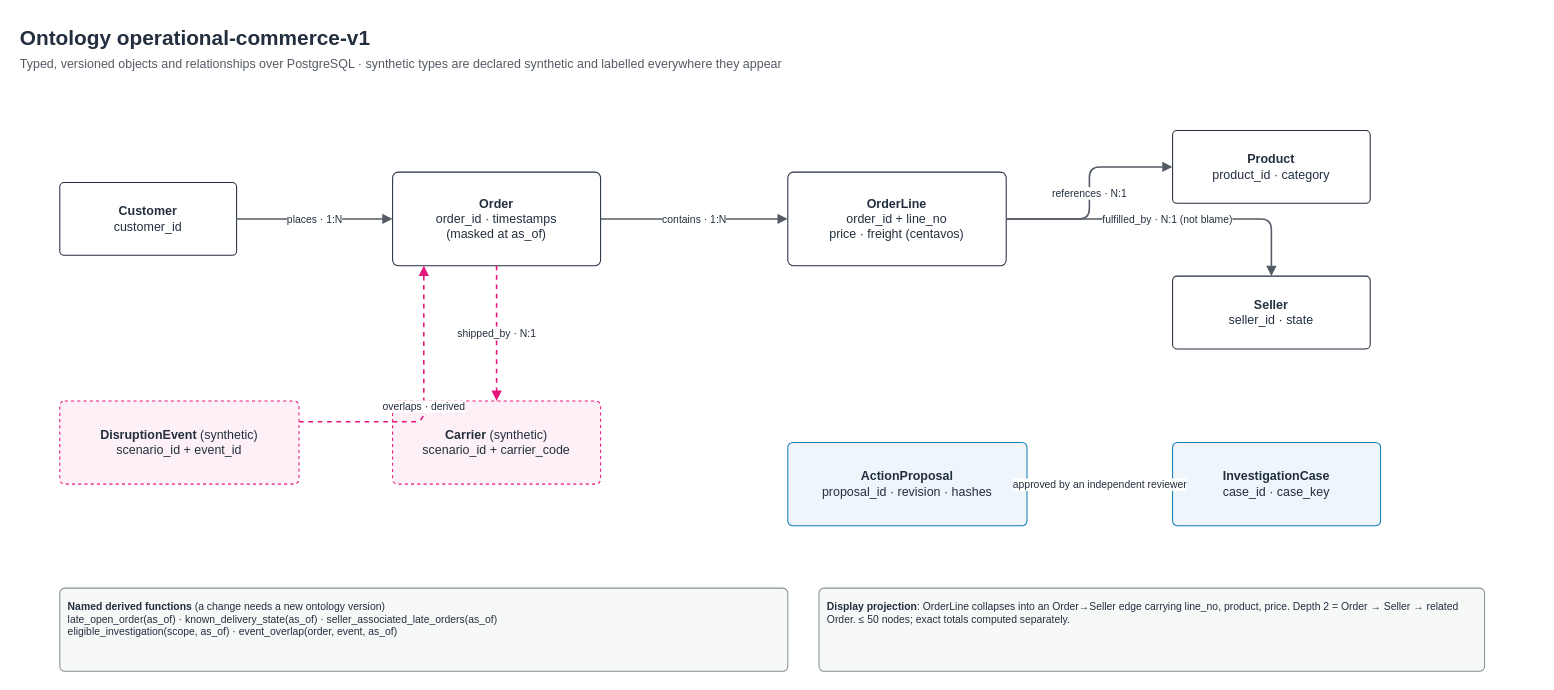
Above: docs/diagrams/ontology.drawio in abh2050/ontology-ops (draw.io), before the change. Source tidied: cells renumbered, new cells numbered last; positions are measured from the earlier drawing's top-left corner, leaving out a move shared by most shapes. Both pictures are drawn from the tidied source at 104%, with x=0, y=0 at pixel (18, 18).
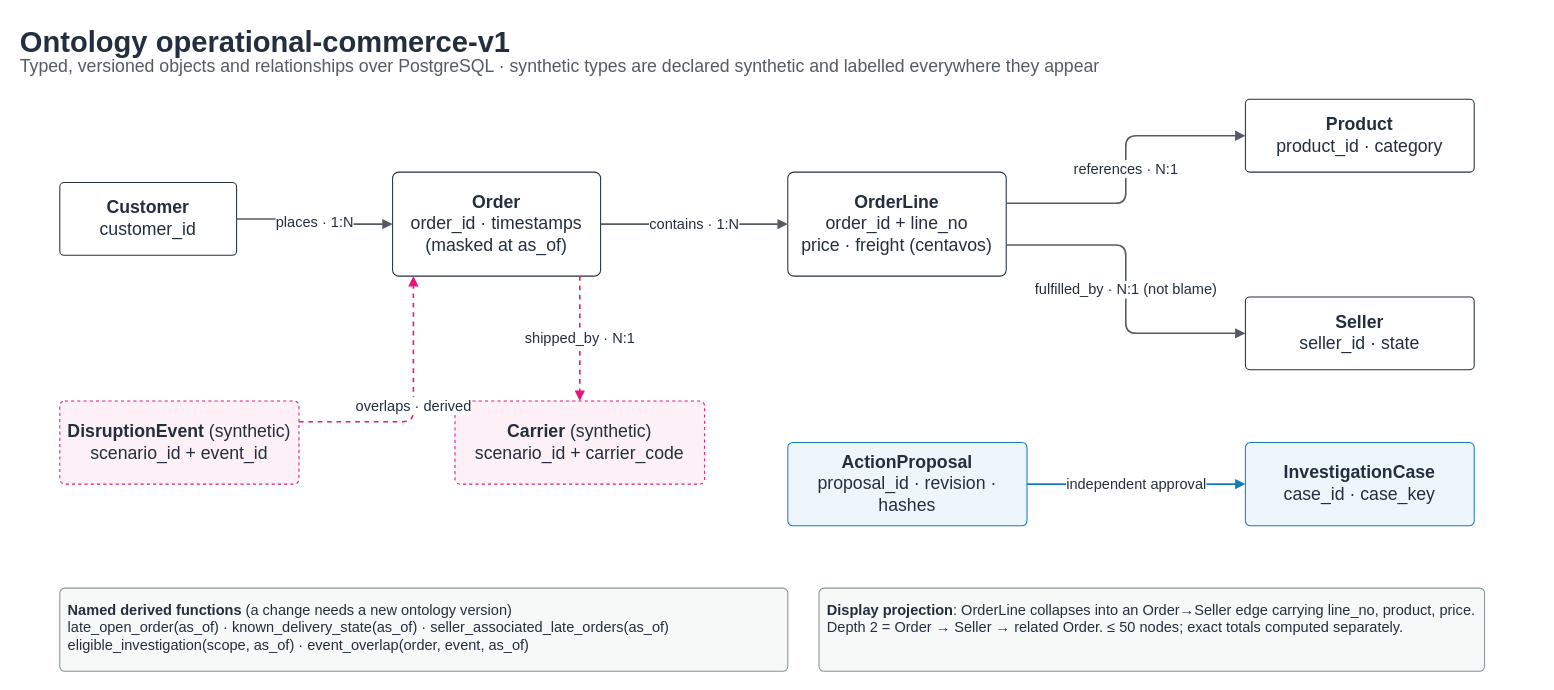
The same page after the edit.

What changed in the source:
```diff
@@
-    <mxCell id="2" value="&lt;b&gt;Ontology operational-commerce-v1&lt;/b&gt;" style="text;html=1;align=left;verticalAlign=top;whiteSpace=wrap;fontSize=20;fontColor=#232F3E;fontStyle=0;" parent="1" vertex="1">
+    <mxCell id="2" value="&lt;b&gt;Ontology operational-commerce-v1&lt;/b&gt;" style="text;html=1;align=left;verticalAlign=top;whiteSpace=wrap;fontSize=28;fontColor=#232F3E;fontStyle=0;" parent="1" vertex="1">
       <mxGeometry width="1460" height="30" as="geometry" />
     </mxCell>
-    <mxCell id="3" value="Typed, versioned objects and relationships over PostgreSQL · synthetic types are declared synthetic and labelled everywhere they appear" style="text;html=1;align=left;verticalAlign=top;whiteSpace=wrap;fontSize=12;fontColor=#545B64;fontStyle=0;" parent="1" vertex="1">
+    <mxCell id="3" value="Typed, versioned objects and relationships over PostgreSQL · synthetic types are declared synthetic and labelled everywhere they appear" style="text;html=1;align=left;verticalAlign=top;whiteSpace=wrap;fontSize=17;fontColor=#545B64;fontStyle=0;" parent="1" vertex="1">
       <mxGeometry y="30" width="1460" height="22" as="geometry" />
     </mxCell>
-    <mxCell id="4" value="&lt;b&gt;Customer&lt;/b&gt;&lt;br&gt;customer_id" style="rounded=1;arcSize=6;whiteSpace=wrap;html=1;strokeColor=#232F3E;fillColor=#FFFFFF;fontColor=#232F3E;dashed=0;fontSize=12;align=center;verticalAlign=middle;spacing=8;fontStyle=0;" parent="1" vertex="1">
+    <mxCell id="4" value="&lt;b&gt;Customer&lt;/b&gt;&lt;br&gt;customer_id" style="rounded=1;arcSize=6;whiteSpace=wrap;html=1;strokeColor=#232F3E;fillColor=#FFFFFF;fontColor=#232F3E;dashed=0;fontSize=17;align=center;verticalAlign=middle;spacing=8;fontStyle=0;" parent="1" vertex="1">
       <mxGeometry x="40" y="158" width="170" height="70" as="geometry" />
     </mxCell>
-    <mxCell id="5" value="&lt;b&gt;Order&lt;/b&gt;&lt;br&gt;order_id · timestamps&lt;br&gt;(masked at as_of)" style="rounded=1;arcSize=6;whiteSpace=wrap;html=1;strokeColor=#232F3E;fillColor=#FFFFFF;fontColor=#232F3E;dashed=0;fontSize=12;align=center;verticalAlign=middle;spacing=8;fontStyle=0;" parent="1" vertex="1">
-      <mxGeometry x="360" y="148" width="200" height="90" as="geometry" />
+    <mxCell id="5" value="&lt;b&gt;Order&lt;/b&gt;&lt;br&gt;order_id · timestamps&lt;br&gt;(masked at as_of)" style="rounded=1;arcSize=6;whiteSpace=wrap;html=1;strokeColor=#232F3E;fillColor=#FFFFFF;fontColor=#232F3E;dashed=0;fontSize=17;align=center;verticalAlign=middle;spacing=8;fontStyle=0;" parent="1" vertex="1">
+      <mxGeometry x="360" y="148" width="200" height="100" as="geometry" />
     </mxCell>
-    <mxCell id="6" value="&lt;b&gt;OrderLine&lt;/b&gt;&lt;br&gt;order_id + line_no&lt;br&gt;price · freight (centavos)" style="rounded=1;arcSize=6;whiteSpace=wrap;html=1;strokeColor=#232F3E;fillColor=#FFFFFF;fontColor=#232F3E;dashed=0;fontSize=12;align=center;verticalAlign=middle;spacing=8;fontStyle=0;" parent="1" vertex="1">
-      <mxGeometry x="740" y="148" width="210" height="90" as="geometry" />
+    <mxCell id="6" value="&lt;b&gt;OrderLine&lt;/b&gt;&lt;br&gt;order_id + line_no&lt;br&gt;price · freight (centavos)" style="rounded=1;arcSize=6;whiteSpace=wrap;html=1;strokeColor=#232F3E;fillColor=#FFFFFF;fontColor=#232F3E;dashed=0;fontSize=17;align=center;verticalAlign=middle;spacing=8;fontStyle=0;" parent="1" vertex="1">
+      <mxGeometry x="740" y="148" width="210" height="100" as="geometry" />
     </mxCell>
-    <mxCell id="7" value="&lt;b&gt;Product&lt;/b&gt;&lt;br&gt;product_id · category" style="rounded=1;arcSize=6;whiteSpace=wrap;html=1;strokeColor=#232F3E;fillColor=#FFFFFF;fontColor=#232F3E;dashed=0;fontSize=12;align=center;verticalAlign=middle;spacing=8;fontStyle=0;" parent="1" vertex="1">
-      <mxGeometry x="1110" y="108" width="190" height="70" as="geometry" />
+    <mxCell id="7" value="&lt;b&gt;Product&lt;/b&gt;&lt;br&gt;product_id · category" style="rounded=1;arcSize=6;whiteSpace=wrap;html=1;strokeColor=#232F3E;fillColor=#FFFFFF;fontColor=#232F3E;dashed=0;fontSize=17;align=center;verticalAlign=middle;spacing=8;fontStyle=0;" parent="1" vertex="1">
+      <mxGeometry x="1180" y="78" width="220" height="70" as="geometry" />
     </mxCell>
-    <mxCell id="8" value="&lt;b&gt;Seller&lt;/b&gt;&lt;br&gt;seller_id · state" style="rounded=1;arcSize=6;whiteSpace=wrap;html=1;strokeColor=#232F3E;fillColor=#FFFFFF;fontColor=#232F3E;dashed=0;fontSize=12;align=center;verticalAlign=middle;spacing=8;fontStyle=0;" parent="1" vertex="1">
-      <mxGeometry x="1110" y="248" width="190" height="70" as="geometry" />
+    <mxCell id="8" value="&lt;b&gt;Seller&lt;/b&gt;&lt;br&gt;seller_id · state" style="rounded=1;arcSize=6;whiteSpace=wrap;html=1;strokeColor=#232F3E;fillColor=#FFFFFF;fontColor=#232F3E;dashed=0;fontSize=17;align=center;verticalAlign=middle;spacing=8;fontStyle=0;" parent="1" vertex="1">
+      <mxGeometry x="1180" y="268" width="220" height="70" as="geometry" />
     </mxCell>
-    <mxCell id="9" value="&lt;b&gt;Carrier&lt;/b&gt; (synthetic)&lt;br&gt;scenario_id + carrier_code" style="rounded=1;arcSize=6;whiteSpace=wrap;html=1;strokeColor=#E7157B;fillColor=#FDF0F6;fontColor=#232F3E;dashed=1;fontSize=12;align=center;verticalAlign=middle;spacing=8;fontStyle=0;" parent="1" vertex="1">
-      <mxGeometry x="360" y="368" width="200" height="80" as="geometry" />
+    <mxCell id="9" value="&lt;b&gt;Carrier&lt;/b&gt; (synthetic)&lt;br&gt;scenario_id + carrier_code" style="rounded=1;arcSize=6;whiteSpace=wrap;html=1;strokeColor=#E7157B;fillColor=#FDF0F6;fontColor=#232F3E;dashed=1;fontSize=17;align=center;verticalAlign=middle;spacing=8;fontStyle=0;" parent="1" vertex="1">
+      <mxGeometry x="420" y="368" width="240" height="80" as="geometry" />
     </mxCell>
-    <mxCell id="10" value="&lt;b&gt;DisruptionEvent&lt;/b&gt; (synthetic)&lt;br&gt;scenario_id + event_id" style="rounded=1;arcSize=6;whiteSpace=wrap;html=1;strokeColor=#E7157B;fillColor=#FDF0F6;fontColor=#232F3E;dashed=1;fontSize=12;align=center;verticalAlign=middle;spacing=8;fontStyle=0;" parent="1" vertex="1">
+    <mxCell id="10" value="&lt;b&gt;DisruptionEvent&lt;/b&gt; (synthetic)&lt;br&gt;scenario_id + event_id" style="rounded=1;arcSize=6;whiteSpace=wrap;html=1;strokeColor=#E7157B;fillColor=#FDF0F6;fontColor=#232F3E;dashed=1;fontSize=17;align=center;verticalAlign=middle;spacing=8;fontStyle=0;" parent="1" vertex="1">
       <mxGeometry x="40" y="368" width="230" height="80" as="geometry" />
     </mxCell>
-    <mxCell id="11" value="&lt;b&gt;ActionProposal&lt;/b&gt;&lt;br&gt;proposal_id · revision · hashes" style="rounded=1;arcSize=6;whiteSpace=wrap;html=1;strokeColor=#147EBA;fillColor=#EEF6FC;fontColor=#232F3E;dashed=0;fontSize=12;align=center;verticalAlign=middle;spacing=8;fontStyle=0;" parent="1" vertex="1">
+    <mxCell id="11" value="&lt;b&gt;ActionProposal&lt;/b&gt;&lt;br&gt;proposal_id · revision · hashes" style="rounded=1;arcSize=6;whiteSpace=wrap;html=1;strokeColor=#147EBA;fillColor=#EEF6FC;fontColor=#232F3E;dashed=0;fontSize=17;align=center;verticalAlign=middle;spacing=8;fontStyle=0;" parent="1" vertex="1">
       <mxGeometry x="740" y="408" width="230" height="80" as="geometry" />
     </mxCell>
-    <mxCell id="12" value="&lt;b&gt;InvestigationCase&lt;/b&gt;&lt;br&gt;case_id · case_key" style="rounded=1;arcSize=6;whiteSpace=wrap;html=1;strokeColor=#147EBA;fillColor=#EEF6FC;fontColor=#232F3E;dashed=0;fontSize=12;align=center;verticalAlign=middle;spacing=8;fontStyle=0;" parent="1" vertex="1">
-      <mxGeometry x="1110" y="408" width="200" height="80" as="geometry" />
+    <mxCell id="12" value="&lt;b&gt;InvestigationCase&lt;/b&gt;&lt;br&gt;case_id · case_key" style="rounded=1;arcSize=6;whiteSpace=wrap;html=1;strokeColor=#147EBA;fillColor=#EEF6FC;fontColor=#232F3E;dashed=0;fontSize=17;align=center;verticalAlign=middle;spacing=8;fontStyle=0;" parent="1" vertex="1">
+      <mxGeometry x="1180" y="408" width="220" height="80" as="geometry" />
     </mxCell>
-    <mxCell id="13" value="places · 1:N" style="edgeStyle=orthogonalEdgeStyle;rounded=1;html=1;endArrow=block;endFill=1;strokeColor=#545B64;strokeWidth=1.5;dashed=0;fontSize=10;labelBackgroundColor=#ffffff;fontColor=#232F3E;" parent="1" edge="1" source="4" target="5">
+    <mxCell id="13" value="places · 1:N" style="edgeStyle=orthogonalEdgeStyle;rounded=1;html=1;endArrow=block;endFill=1;strokeColor=#545B64;strokeWidth=1.5;dashed=0;fontSize=14;labelBackgroundColor=#ffffff;fontColor=#232F3E;" parent="1" edge="1" source="4" target="5">
       <mxGeometry relative="1" as="geometry" />
     </mxCell>
-    <mxCell id="14" value="contains · 1:N" style="edgeStyle=orthogonalEdgeStyle;rounded=1;html=1;endArrow=block;endFill=1;strokeColor=#545B64;strokeWidth=1.5;dashed=0;fontSize=10;labelBackgroundColor=#ffffff;fontColor=#232F3E;" parent="1" edge="1" source="5" target="6">
+    <mxCell id="14" value="contains · 1:N" style="edgeStyle=orthogonalEdgeStyle;rounded=1;html=1;endArrow=block;endFill=1;strokeColor=#545B64;strokeWidth=1.5;dashed=0;fontSize=14;labelBackgroundColor=#ffffff;fontColor=#232F3E;" parent="1" edge="1" source="5" target="6">
       <mxGeometry relative="1" as="geometry" />
     </mxCell>
-    <mxCell id="15" value="references · N:1" style="edgeStyle=orthogonalEdgeStyle;rounded=1;html=1;endArrow=block;endFill=1;strokeColor=#545B64;strokeWidth=1.5;dashed=0;fontSize=10;labelBackgroundColor=#ffffff;fontColor=#232F3E;" parent="1" edge="1" source="6" target="7">
+    <mxCell id="15" value="references · N:1" style="edgeStyle=orthogonalEdgeStyle;rounded=1;html=1;endArrow=block;endFill=1;strokeColor=#545B64;strokeWidth=1.5;dashed=0;fontSize=14;labelBackgroundColor=#ffffff;fontColor=#232F3E;exitX=1;exitY=0.3;entryX=0;entryY=0.5;" parent="1" edge="1" source="6" target="7">
       <mxGeometry relative="1" as="geometry" />
     </mxCell>
-    <mxCell id="16" value="fulfilled_by · N:1 (not blame)" style="edgeStyle=orthogonalEdgeStyle;rounded=1;html=1;endArrow=block;endFill=1;strokeColor=#545B64;strokeWidth=1.5;dashed=0;fontSize=10;labelBackgroundColor=#ffffff;fontColor=#232F3E;" parent="1" edge="1" source="6" target="8">
+    <mxCell id="16" value="fulfilled_by · N:1 (not blame)" style="edgeStyle=orthogonalEdgeStyle;rounded=1;html=1;endArrow=block;endFill=1;strokeColor=#545B64;strokeWidth=1.5;dashed=0;fontSize=14;labelBackgroundColor=#ffffff;fontColor=#232F3E;exitX=1;exitY=0.7;entryX=0;entryY=0.5;" parent="1" edge="1" source="6" target="8">
       <mxGeometry relative="1" as="geometry" />
     </mxCell>
-    <mxCell id="17" value="shipped_by · N:1" style="edgeStyle=orthogonalEdgeStyle;rounded=1;html=1;endArrow=block;endFill=1;strokeColor=#E7157B;strokeWidth=1.5;dashed=1;fontSize=10;labelBackgroundColor=#ffffff;fontColor=#232F3E;" parent="1" edge="1" source="5" target="9">
+    <mxCell id="17" value="shipped_by · N:1" style="edgeStyle=orthogonalEdgeStyle;rounded=1;html=1;endArrow=block;endFill=1;strokeColor=#E7157B;strokeWidth=1.5;dashed=1;fontSize=14;labelBackgroundColor=#ffffff;fontColor=#232F3E;exitX=0.9;exitY=1;entryX=0.5;entryY=0;" parent="1" edge="1" source="5" target="9">
       <mxGeometry relative="1" as="geometry" />
     </mxCell>
-    <mxCell id="18" value="overlaps · derived" style="edgeStyle=orthogonalEdgeStyle;rounded=1;html=1;endArrow=block;endFill=1;strokeColor=#E7157B;strokeWidth=1.5;dashed=1;fontSize=10;labelBackgroundColor=#ffffff;fontColor=#232F3E;exitX=1;exitY=0.25;entryX=0.15;entryY=1;" parent="1" edge="1" source="10" target="5">
+    <mxCell id="18" value="overlaps · derived" style="edgeStyle=orthogonalEdgeStyle;rounded=1;html=1;endArrow=block;endFill=1;strokeColor=#E7157B;strokeWidth=1.5;dashed=1;fontSize=14;labelBackgroundColor=#ffffff;fontColor=#232F3E;exitX=1;exitY=0.25;entryX=0.1;entryY=1;" parent="1" edge="1" source="10" target="5">
       <mxGeometry relative="1" as="geometry" />
     </mxCell>
-    <mxCell id="19" value="approved by an independent reviewer" style="edgeStyle=orthogonalEdgeStyle;rounded=1;html=1;endArrow=block;endFill=1;strokeColor=#147EBA;strokeWidth=1.5;dashed=0;fontSize=10;labelBackgroundColor=#ffffff;fontColor=#232F3E;" parent="1" edge="1" source="11" target="12">
+    <mxCell id="19" value="independent approval" style="edgeStyle=orthogonalEdgeStyle;rounded=1;html=1;endArrow=block;endFill=1;strokeColor=#147EBA;strokeWidth=1.5;dashed=0;fontSize=14;labelBackgroundColor=#ffffff;fontColor=#232F3E;" parent="1" edge="1" source="11" target="12">
       <mxGeometry relative="1" as="geometry" />
     </mxCell>
-    <mxCell id="20" value="&lt;b&gt;Named derived functions&lt;/b&gt; (a change needs a new ontology version)&lt;br&gt;late_open_order(as_of) · known_delivery_state(as_of) · seller_associated_late_orders(as_of)&lt;br&gt;eligible_investigation(scope, as_of) · event_overlap(order, event, as_of)" style="rounded=1;arcSize=6;whiteSpace=wrap;html=1;strokeColor=#879196;fillColor=#F7F8F8;fontColor=#232F3E;dashed=0;fontSize=10;align=left;verticalAlign=top;spacing=8;fontStyle=0;" parent="1" vertex="1">
+    <mxCell id="20" value="&lt;b&gt;Named derived functions&lt;/b&gt; (a change needs a new ontology version)&lt;br&gt;late_open_order(as_of) · known_delivery_state(as_of) · seller_associated_late_orders(as_of)&lt;br&gt;eligible_investigation(scope, as_of) · event_overlap(order, event, as_of)" style="rounded=1;arcSize=6;whiteSpace=wrap;html=1;strokeColor=#879196;fillColor=#F7F8F8;fontColor=#232F3E;dashed=0;fontSize=14;align=left;verticalAlign=top;spacing=8;fontStyle=0;" parent="1" vertex="1">
       <mxGeometry x="40" y="548" width="700" height="80" as="geometry" />
     </mxCell>
-    <mxCell id="21" value="&lt;b&gt;Display projection&lt;/b&gt;: OrderLine collapses into an Order→Seller edge carrying line_no, product, price. Depth 2 = Order → Seller → related Order. ≤ 50 nodes; exact totals computed separately." style="rounded=1;arcSize=6;whiteSpace=wrap;html=1;strokeColor=#879196;fillColor=#F7F8F8;fontColor=#232F3E;dashed=0;fontSize=10;align=left;verticalAlign=top;spacing=8;fontStyle=0;" parent="1" vertex="1">
+    <mxCell id="21" value="&lt;b&gt;Display projection&lt;/b&gt;: OrderLine collapses into an Order→Seller edge carrying line_no, product, price. Depth 2 = Order → Seller → related Order. ≤ 50 nodes; exact totals computed separately." style="rounded=1;arcSize=6;whiteSpace=wrap;html=1;strokeColor=#879196;fillColor=#F7F8F8;fontColor=#232F3E;dashed=0;fontSize=14;align=left;verticalAlign=top;spacing=8;fontStyle=0;" parent="1" vertex="1">
       <mxGeometry x="770" y="548" width="640" height="80" as="geometry" />
     </mxCell>
```
